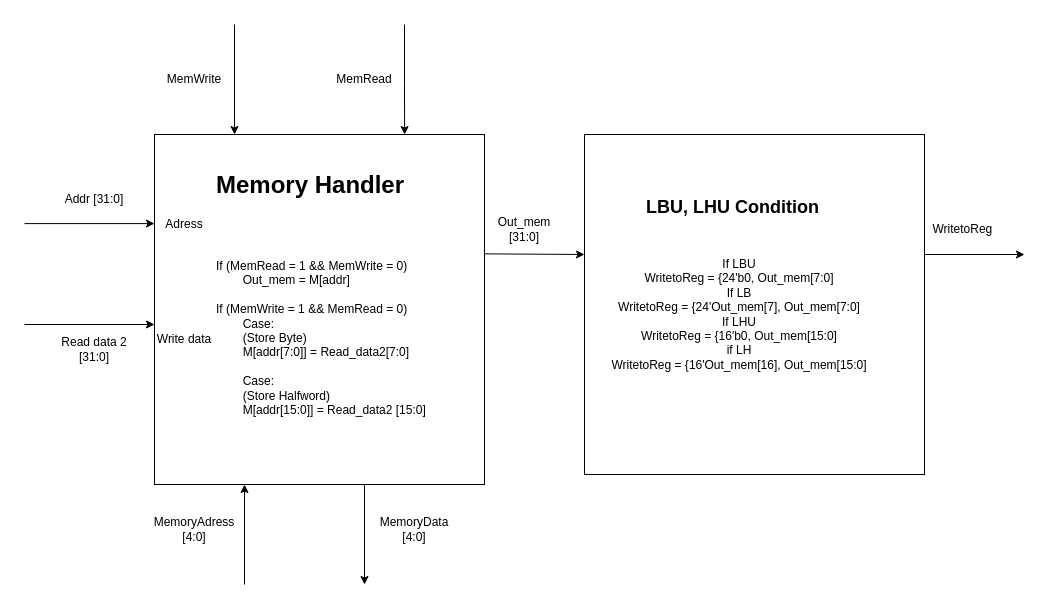
Before: Data_memory.drawio in limichael246/STARS_2024, a draw.io diagram. Source tidied: cells renumbered, new cells numbered last; positions are measured from the earlier drawing's top-left corner, leaving out a move shared by most shapes. Both pictures are drawn from the tidied source at 100%, with x=0, y=0 at pixel (24, 24).
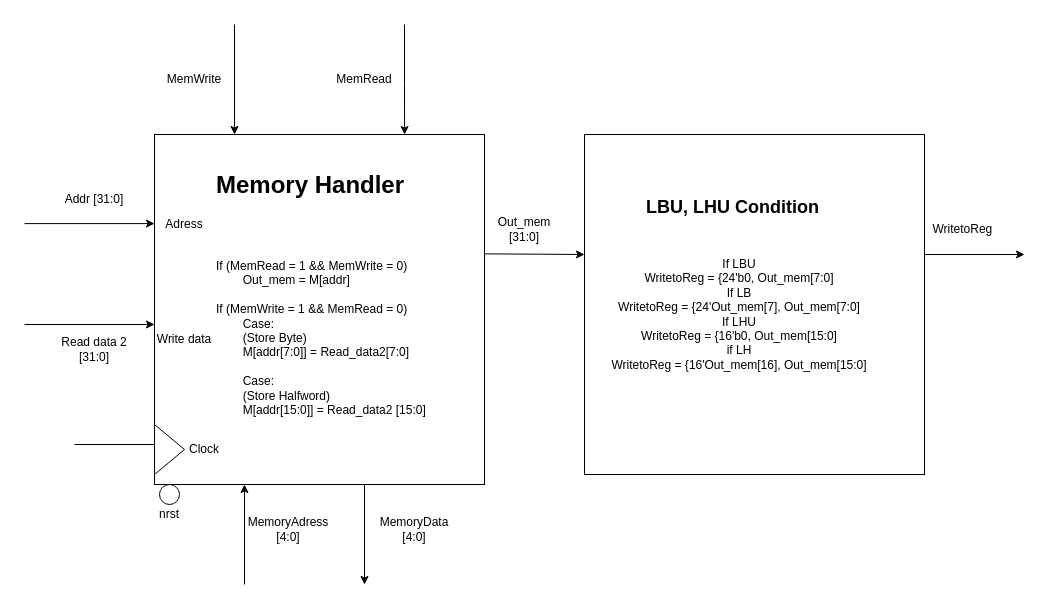
The same page after the edit.

Diff of the diagram source:
```diff
@@
     <mxCell id="23" value="MemoryAdress&lt;div&gt;[4:0]&lt;/div&gt;" style="text;html=1;align=center;verticalAlign=middle;whiteSpace=wrap;rounded=0;" parent="1" vertex="1">
-      <mxGeometry x="140" y="490" width="60" height="30" as="geometry" />
+      <mxGeometry x="234" y="490" width="60" height="30" as="geometry" />
     </mxCell>
@@
+    <mxCell id="25" style="triangle;whiteSpace=wrap;html=1;" parent="1" vertex="1">
+      <mxGeometry x="130" y="400" width="30" height="50" as="geometry" />
+    </mxCell>
+    <mxCell id="26" style="endArrow=none;html=1;rounded=0;" parent="1" edge="1">
+      <mxGeometry relative="1" as="geometry">
+        <mxPoint x="50" y="420" as="sourcePoint" />
+        <mxPoint x="130" y="420" as="targetPoint" />
+      </mxGeometry>
+    </mxCell>
+    <mxCell id="27" value="Clock" style="text;html=1;align=center;verticalAlign=middle;whiteSpace=wrap;rounded=0;" parent="1" vertex="1">
+      <mxGeometry x="150" y="410" width="60" height="30" as="geometry" />
+    </mxCell>
+    <mxCell id="28" style="ellipse;whiteSpace=wrap;html=1;" parent="1" vertex="1">
+      <mxGeometry x="135" y="460" width="20" height="20" as="geometry" />
+    </mxCell>
+    <mxCell id="29" value="nrst" style="text;html=1;align=center;verticalAlign=middle;whiteSpace=wrap;rounded=0;" parent="1" vertex="1">
+      <mxGeometry x="115" y="475" width="60" height="30" as="geometry" />
+    </mxCell>
```
